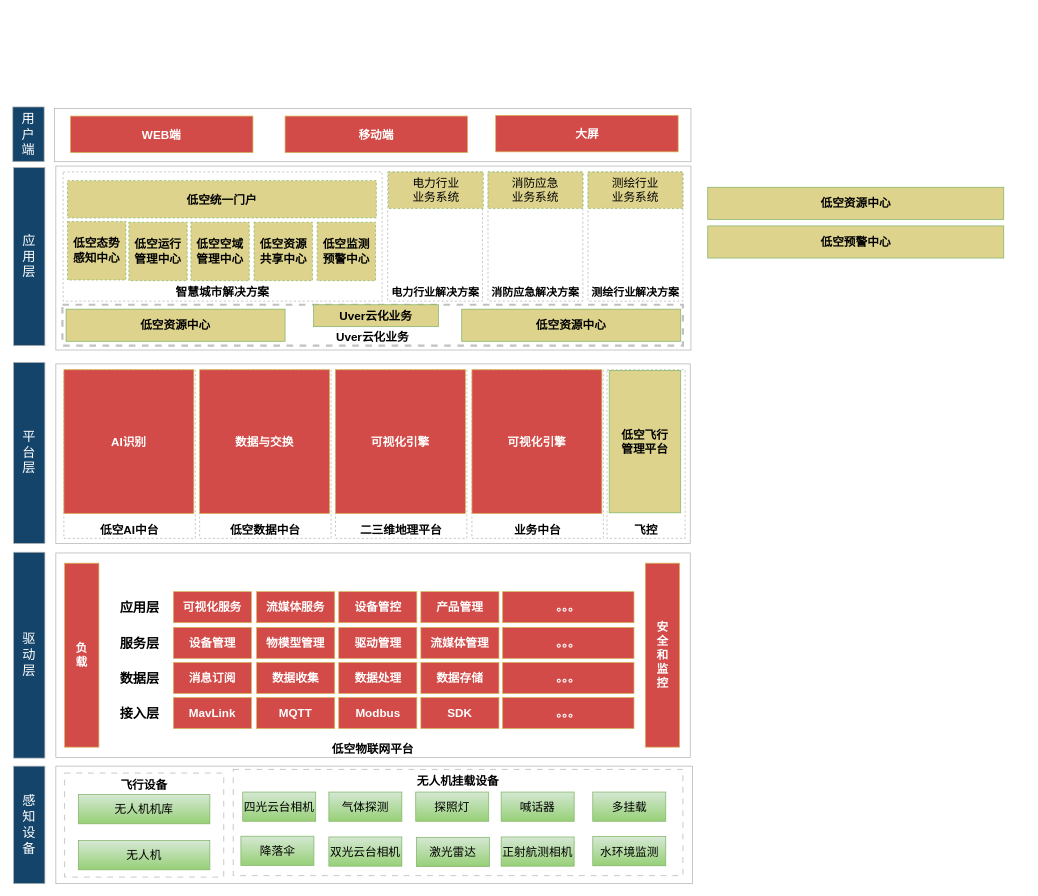
Earlier version of the draw.io diagram page "基础业务-技术架构" (5 of 5) of GDU-业务建设概览.drawio (yangchenyu/micro-service). Source tidied: cells renumbered, new cells numbered last; positions are measured from the earlier drawing's top-left corner, leaving out a move shared by most shapes. Both pictures are drawn from the tidied source at 73%, with x=0, y=0 at pixel (12, 107).
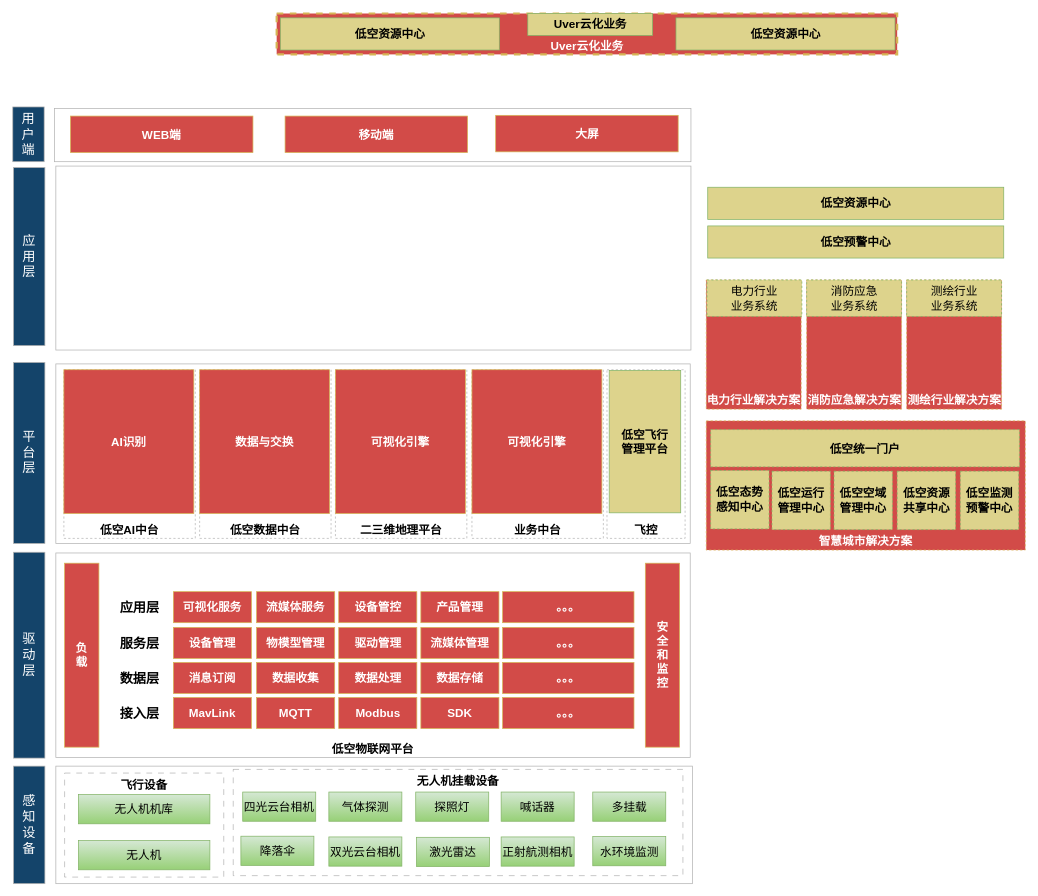
The same diagram, later.

Commit message:
更新GDU-业务建设概览.drawio

Diff of the diagram source:
```diff
@@
-    <mxCell id="65" value="智慧城市解决方案" style="rounded=0;whiteSpace=wrap;html=1;opacity=30;verticalAlign=bottom;dashed=1;fontStyle=1;fontSize=16;" parent="1" vertex="1">
-      <mxGeometry x="69" y="89" width="437" height="177" as="geometry" />
+    <mxCell id="65" value="智慧城市解决方案" style="rounded=0;whiteSpace=wrap;html=1;verticalAlign=bottom;dashed=1;fontStyle=1;fontSize=16;fillColor=#d24b48;strokeColor=#d6b656;fontColor=#FFFFFF;gradientColor=none;" parent="1" vertex="1">
+      <mxGeometry x="950" y="430" width="437" height="177" as="geometry" />
     </mxCell>
     <mxCell id="66" value="低空态势感知中心" style="rounded=0;whiteSpace=wrap;html=1;verticalAlign=middle;dashed=1;fillColor=#ddd38c;strokeColor=#82b366;gradientColor=none;fontSize=16;fontColor=default;fontStyle=1;" parent="1" vertex="1">
-      <mxGeometry x="75" y="157" width="80" height="80" as="geometry" />
+      <mxGeometry x="956" y="498" width="80" height="80" as="geometry" />
     </mxCell>
     <mxCell id="67" value="低空资源共享中心" style="rounded=0;whiteSpace=wrap;html=1;verticalAlign=middle;dashed=1;fillColor=#ddd38c;strokeColor=#82b366;gradientColor=none;fontSize=16;fontColor=default;fontStyle=1;" parent="1" vertex="1">
-      <mxGeometry x="330.5" y="158" width="80" height="80" as="geometry" />
+      <mxGeometry x="1211.5" y="499" width="80" height="80" as="geometry" />
     </mxCell>
     <mxCell id="68" value="低空监测预警中心" style="rounded=0;whiteSpace=wrap;html=1;verticalAlign=middle;dashed=1;fillColor=#ddd38c;strokeColor=#82b366;gradientColor=none;fontSize=16;fontColor=default;fontStyle=1;" parent="1" vertex="1">
-      <mxGeometry x="417" y="158" width="80" height="80" as="geometry" />
+      <mxGeometry x="1298" y="499" width="80" height="80" as="geometry" />
     </mxCell>
     <mxCell id="69" value="低空运行管理中心" style="rounded=0;whiteSpace=wrap;html=1;verticalAlign=middle;dashed=1;fillColor=#ddd38c;strokeColor=#82b366;gradientColor=none;fontSize=16;fontColor=default;fontStyle=1;" parent="1" vertex="1">
-      <mxGeometry x="159" y="158" width="80" height="80" as="geometry" />
+      <mxGeometry x="1040" y="499" width="80" height="80" as="geometry" />
     </mxCell>
     <mxCell id="70" value="低空空域管理中心" style="rounded=0;whiteSpace=wrap;html=1;verticalAlign=middle;dashed=1;fillColor=#ddd38c;strokeColor=#82b366;gradientColor=none;fontSize=16;fontColor=default;fontStyle=1;" parent="1" vertex="1">
-      <mxGeometry x="244" y="158" width="80" height="80" as="geometry" />
+      <mxGeometry x="1125" y="499" width="80" height="80" as="geometry" />
     </mxCell>
     <mxCell id="71" value="低空统一门户" style="rounded=0;whiteSpace=wrap;html=1;verticalAlign=middle;dashed=1;fillColor=#ddd38c;strokeColor=#82b366;gradientColor=none;fontSize=16;fontColor=default;fontStyle=1;" parent="1" vertex="1">
-      <mxGeometry x="75" y="101" width="423" height="51" as="geometry" />
+      <mxGeometry x="956" y="442" width="423" height="51" as="geometry" />
     </mxCell>
-    <mxCell id="72" value="电力行业解决方案" style="rounded=0;whiteSpace=wrap;html=1;opacity=30;verticalAlign=bottom;dashed=1;fontStyle=1;fontSize=15;" parent="1" vertex="1">
-      <mxGeometry x="513.5" y="89" width="130" height="177" as="geometry" />
+    <mxCell id="72" value="电力行业解决方案" style="rounded=0;whiteSpace=wrap;html=1;verticalAlign=bottom;dashed=1;fontStyle=1;fontSize=16;fillColor=#d24b48;strokeColor=#d6b656;fontColor=#FFFFFF;gradientColor=none;" parent="1" vertex="1">
+      <mxGeometry x="950" y="237" width="130" height="177" as="geometry" />
     </mxCell>
     <mxCell id="73" value="电力行业&lt;br&gt;业务系统" style="rounded=0;whiteSpace=wrap;html=1;verticalAlign=middle;dashed=1;fillColor=#ddd38c;strokeColor=#82b366;gradientColor=none;fontSize=16;fontColor=default;fontStyle=0;" parent="1" vertex="1">
-      <mxGeometry x="514.5" y="89" width="130" height="50" as="geometry" />
+      <mxGeometry x="951" y="237" width="130" height="50" as="geometry" />
     </mxCell>
-    <mxCell id="74" value="消防应急解决方案" style="rounded=0;whiteSpace=wrap;html=1;opacity=30;verticalAlign=bottom;dashed=1;fontStyle=1;fontSize=15;" parent="1" vertex="1">
-      <mxGeometry x="651" y="89" width="130" height="177" as="geometry" />
+    <mxCell id="74" value="消防应急解决方案" style="rounded=0;whiteSpace=wrap;html=1;verticalAlign=bottom;dashed=1;fontStyle=1;fontSize=16;fillColor=#d24b48;strokeColor=#d6b656;fontColor=#FFFFFF;gradientColor=none;" parent="1" vertex="1">
+      <mxGeometry x="1087.5" y="237" width="130" height="177" as="geometry" />
     </mxCell>
     <mxCell id="75" value="消防应急&lt;br&gt;业务系统" style="rounded=0;whiteSpace=wrap;html=1;verticalAlign=middle;dashed=1;fillColor=#ddd38c;strokeColor=#82b366;gradientColor=none;fontSize=16;fontColor=default;fontStyle=0;" parent="1" vertex="1">
-      <mxGeometry x="651" y="89" width="130" height="50" as="geometry" />
+      <mxGeometry x="1087.5" y="237" width="130" height="50" as="geometry" />
     </mxCell>
-    <mxCell id="76" value="测绘行业解决方案" style="rounded=0;whiteSpace=wrap;html=1;opacity=30;verticalAlign=bottom;dashed=1;fontStyle=1;fontSize=15;" parent="1" vertex="1">
-      <mxGeometry x="788" y="89" width="130" height="177" as="geometry" />
+    <mxCell id="76" value="测绘行业解决方案" style="rounded=0;whiteSpace=wrap;html=1;verticalAlign=bottom;dashed=1;fontStyle=1;fontSize=16;fillColor=#d24b48;strokeColor=#d6b656;fontColor=#FFFFFF;gradientColor=none;" parent="1" vertex="1">
+      <mxGeometry x="1224.5" y="237" width="130" height="177" as="geometry" />
     </mxCell>
     <mxCell id="77" value="测绘行业&lt;br&gt;业务系统" style="rounded=0;whiteSpace=wrap;html=1;verticalAlign=middle;dashed=1;fillColor=#ddd38c;strokeColor=#82b366;gradientColor=none;fontSize=16;fontColor=default;fontStyle=0;" parent="1" vertex="1">
-      <mxGeometry x="788" y="89" width="130" height="50" as="geometry" />
+      <mxGeometry x="1224.5" y="237" width="130" height="50" as="geometry" />
     </mxCell>
@@
-    <mxCell id="80" value="Uver云化业务" style="rounded=0;whiteSpace=wrap;html=1;opacity=30;verticalAlign=bottom;dashed=1;fontStyle=1;fontSize=16;strokeColor=#333333;strokeWidth=3;" parent="1" vertex="1">
-      <mxGeometry x="68" y="271" width="850" height="56" as="geometry" />
+    <mxCell id="80" value="Uver云化业务" style="rounded=0;whiteSpace=wrap;html=1;verticalAlign=bottom;dashed=1;fontStyle=1;fontSize=16;strokeColor=#d6b656;strokeWidth=3;fillColor=#d24b48;fontColor=#FFFFFF;gradientColor=none;" parent="1" vertex="1">
+      <mxGeometry x="361.5" y="-128" width="850" height="56" as="geometry" />
     </mxCell>
     <mxCell id="81" value="Uver云化业务" style="rounded=0;whiteSpace=wrap;html=1;fillColor=#ddd38c;gradientColor=none;strokeColor=#82b366;flipV=1;fontSize=16;fontStyle=1;fontColor=default;" parent="1" vertex="1">
-      <mxGeometry x="412" y="271" width="171" height="30" as="geometry" />
+      <mxGeometry x="705.5" y="-128" width="171" height="30" as="geometry" />
     </mxCell>
     <mxCell id="82" value="低空资源中心" style="rounded=0;whiteSpace=wrap;html=1;fillColor=#ddd38c;gradientColor=none;strokeColor=#82b366;flipV=1;fontSize=16;fontStyle=1;fontColor=default;" parent="1" vertex="1">
-      <mxGeometry x="615" y="277" width="300" height="44" as="geometry" />
+      <mxGeometry x="908.5" y="-122" width="300" height="44" as="geometry" />
     </mxCell>
     <mxCell id="83" value="低空资源中心" style="rounded=0;whiteSpace=wrap;html=1;fillColor=#ddd38c;gradientColor=none;strokeColor=#82b366;flipV=1;fontSize=16;fontStyle=1;fontColor=default;" parent="1" vertex="1">
-      <mxGeometry x="73" y="277" width="300" height="44" as="geometry" />
+      <mxGeometry x="366.5" y="-122" width="300" height="44" as="geometry" />
     </mxCell>
```
